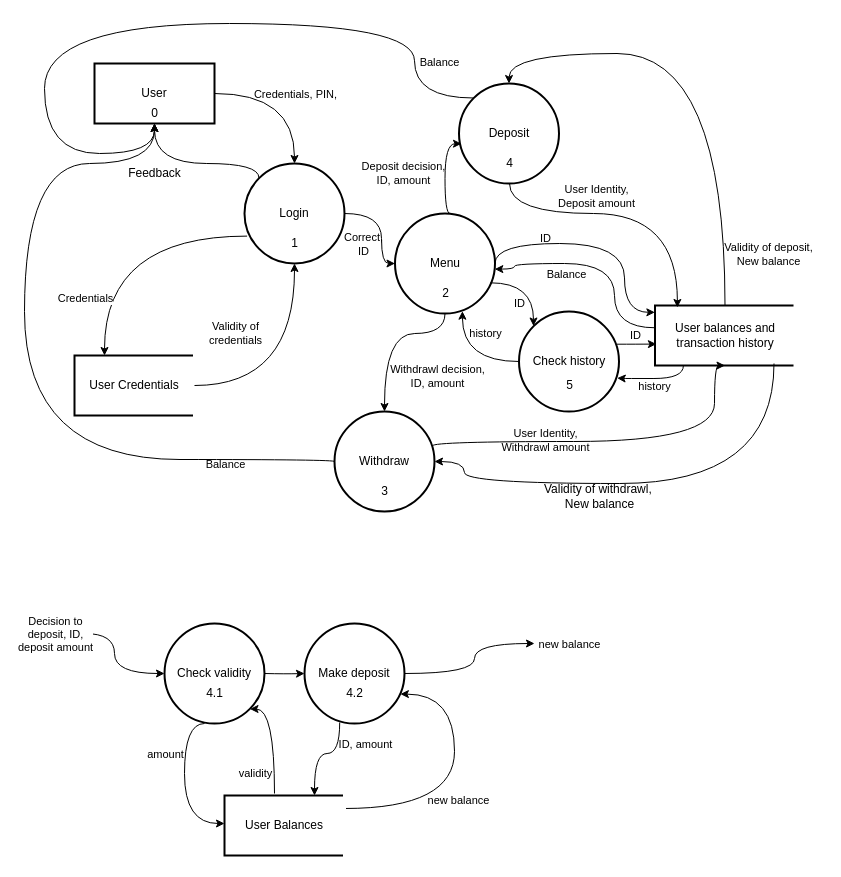
Above: page "Data-Flow Diagram" (1 of 2) of Data Flow Diagram.drawio in Vedvod/Great-Bank (draw.io), before the change. Source tidied: cells renumbered, new cells numbered last; positions are measured from the earlier drawing's top-left corner, leaving out a move shared by most shapes. Both pictures are drawn from the tidied source at 100%, with x=0, y=0 at pixel (24, 23).
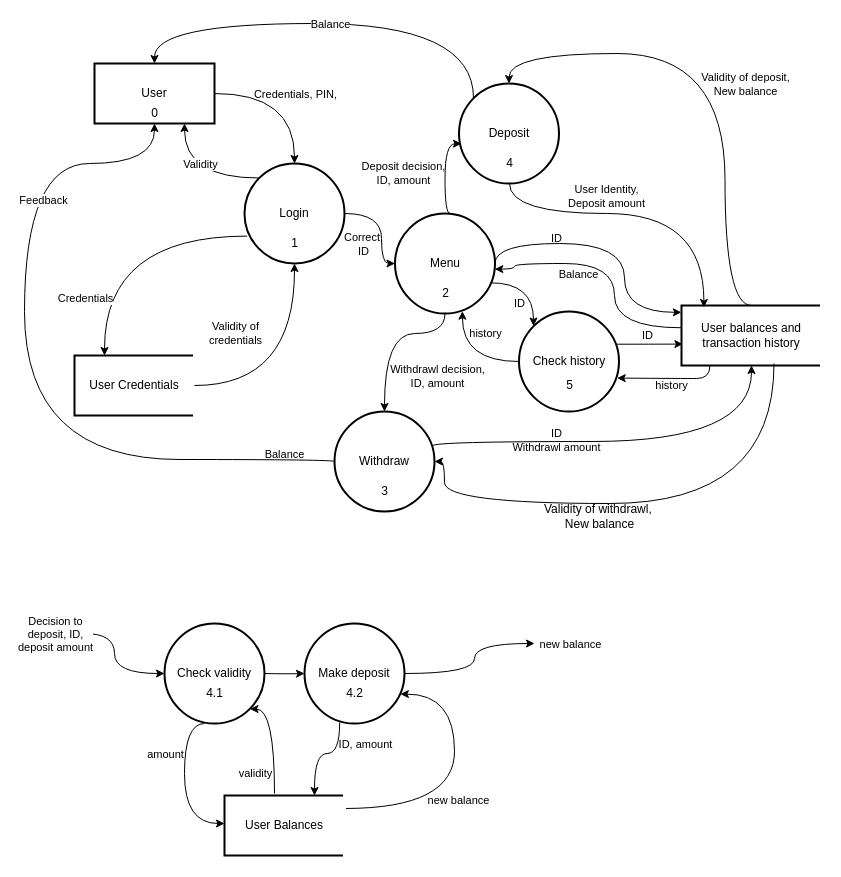
The same diagram, later.

The change refers to these unchanged cells:
```xml
<mxCell id="6" value="User balances and transaction history" style="rounded=0;whiteSpace=wrap;html=1;strokeWidth=2;" parent="5" vertex="1">
  <mxGeometry y="2" width="140" height="60" as="geometry" />
</mxCell>
<mxCell id="8" value="User" style="rounded=0;whiteSpace=wrap;html=1;strokeWidth=2;" parent="1" vertex="1">
  <mxGeometry x="70" y="40" width="120" height="60" as="geometry" />
</mxCell>
<mxCell id="11" style="curved=1;endArrow=none;html=1;fontSize=6;edgeStyle=orthogonalEdgeStyle;exitX=0.5;exitY=1;exitDx=0;exitDy=0;entryX=0;entryY=0.5;entryDx=0;entryDy=0;entryPerimeter=0;startArrow=classic;startFill=1;endFill=0;" parent="1" edge="1" source="8" target="27">
  <mxGeometry relative="1" as="geometry">
    <Array as="points">
      <mxPoint x="130" y="140" />
      <mxPoint y="140" />
      <mxPoint y="436" />
      <mxPoint x="311" y="436" />
    </Array>
  </mxGeometry>
</mxCell>
<mxCell id="21" value="Login" style="strokeWidth=2;html=1;shape=mxgraph.flowchart.start_2;whiteSpace=wrap;" parent="1" vertex="1">
  <mxGeometry x="220" y="140" width="100" height="100" as="geometry" />
</mxCell>
<mxCell id="24" value="Deposit" style="strokeWidth=2;html=1;shape=mxgraph.flowchart.start_2;whiteSpace=wrap;" parent="1" vertex="1">
  <mxGeometry x="434.5" y="60" width="100" height="100" as="geometry" />
</mxCell>
<mxCell id="27" value="Withdraw" style="strokeWidth=2;html=1;shape=mxgraph.flowchart.start_2;whiteSpace=wrap;" parent="1" vertex="1">
  <mxGeometry x="310" y="388" width="100" height="100" as="geometry" />
</mxCell>
<mxCell id="76" style="curved=1;endArrow=classic;html=1;fontSize=6;edgeStyle=orthogonalEdgeStyle;exitX=1;exitY=0.5;exitDx=0;exitDy=0;exitPerimeter=0;" parent="1" edge="1" source="52">
  <mxGeometry relative="1" as="geometry">
    <mxPoint x="510" y="620" as="targetPoint" />
    <Array as="points">
      <mxPoint x="450" y="650" />
      <mxPoint x="450" y="620" />
    </Array>
  </mxGeometry>
</mxCell>
```

What changed in the source:
```diff
@@
     <mxCell id="5" style="group;" parent="1" vertex="1">
-      <mxGeometry x="630.5" y="280" width="140" height="64" as="geometry" />
+      <mxGeometry x="657" y="280" width="140" height="64" as="geometry" />
     </mxCell>
@@
-    <mxCell id="12" value="Feedback" style="text;html=1;align=center;verticalAlign=middle;rotation=0;" parent="1" vertex="1">
-      <mxGeometry x="95" y="140" width="70" height="20" as="geometry" />
+    <mxCell id="12" value="Feedback" style="edgeLabel;html=1;align=center;verticalAlign=middle;" parent="11" vertex="1">
+      <mxGeometry x="-0.47" y="18" relative="1" as="geometry" />
     </mxCell>
@@
     <mxCell id="19" style="curved=1;endArrow=none;html=1;fontSize=6;edgeStyle=orthogonalEdgeStyle;exitX=0.16;exitY=0.033;exitDx=0;exitDy=0;startArrow=classic;startFill=1;endFill=0;exitPerimeter=0;" parent="1" edge="1" source="6" target="24">
       <mxGeometry relative="1" as="geometry">
         <Array as="points">
-          <mxPoint x="653" y="190" />
+          <mxPoint x="679" y="190" />
           <mxPoint x="485" y="190" />
         </Array>
       </mxGeometry>
     </mxCell>
     <mxCell id="20" value="Validity of deposit,&lt;br&gt;New balance" style="edgeLabel;html=1;align=center;verticalAlign=middle;labelBackgroundColor=none;" parent="19" vertex="1">
       <mxGeometry x="0.1" y="2" relative="1" as="geometry">
-        <mxPoint x="158.1" y="38" as="offset" />
+        <mxPoint x="122" y="-132" as="offset" />
       </mxGeometry>
     </mxCell>
+    <mxCell id="42" style="edgeStyle=orthogonalEdgeStyle;rounded=0;jettySize=auto;html=1;exitX=0.145;exitY=0.145;exitDx=0;exitDy=0;exitPerimeter=0;entryX=0.75;entryY=1;entryDx=0;entryDy=0;curved=1;" parent="1" edge="1" source="21" target="8">
+      <mxGeometry relative="1" as="geometry" />
+    </mxCell>
+    <mxCell id="78" value="Validity" style="edgeLabel;html=1;align=center;verticalAlign=middle;" parent="42" vertex="1">
+      <mxGeometry x="0.38" y="-13" relative="1" as="geometry">
+        <mxPoint x="2" as="offset" />
+      </mxGeometry>
+    </mxCell>
@@
     <mxCell id="32" style="curved=1;endArrow=classic;html=1;fontSize=6;edgeStyle=orthogonalEdgeStyle;entryX=0.5;entryY=1;entryDx=0;entryDy=0;exitX=0.981;exitY=0.343;exitDx=0;exitDy=0;exitPerimeter=0;" parent="1" edge="1" source="27" target="6">
       <mxGeometry relative="1" as="geometry">
         <Array as="points">
           <mxPoint x="408" y="418" />
-          <mxPoint x="690" y="418" />
-          <mxPoint x="690" y="342" />
+          <mxPoint x="727" y="418" />
         </Array>
       </mxGeometry>
     </mxCell>
-    <mxCell id="33" value="User Identity,&lt;br&gt;Withdrawl amount" style="edgeLabel;html=1;align=center;verticalAlign=middle;labelBackgroundColor=none;" parent="32" vertex="1">
+    <mxCell id="33" value="ID&lt;br&gt;Withdrawl amount" style="edgeLabel;html=1;align=center;verticalAlign=middle;labelBackgroundColor=none;" parent="32" vertex="1">
       <mxGeometry x="-0.13" y="2" relative="1" as="geometry">
-        <mxPoint x="-45.7" as="offset" />
+        <mxPoint x="-46" as="offset" />
       </mxGeometry>
     </mxCell>
     <mxCell id="34" style="curved=1;endArrow=classic;html=1;fontSize=6;edgeStyle=orthogonalEdgeStyle;entryX=1;entryY=0.5;entryDx=0;entryDy=0;entryPerimeter=0;" parent="1" edge="1" target="27">
       <mxGeometry relative="1" as="geometry">
         <mxPoint x="749.5" y="340" as="sourcePoint" />
         <Array as="points">
-          <mxPoint x="750" y="460" />
-          <mxPoint x="440" y="460" />
-          <mxPoint x="440" y="438" />
+          <mxPoint x="750" y="480" />
+          <mxPoint x="420" y="480" />
+          <mxPoint x="420" y="438" />
         </Array>
       </mxGeometry>
     </mxCell>
-    <mxCell id="35" style="curved=1;endArrow=classic;html=1;fontSize=6;edgeStyle=orthogonalEdgeStyle;entryX=0.5;entryY=1;entryDx=0;entryDy=0;exitX=0.145;exitY=0.145;exitDx=0;exitDy=0;exitPerimeter=0;" parent="1" edge="1" source="24" target="8">
+    <mxCell id="35" style="curved=1;endArrow=classic;html=1;fontSize=6;edgeStyle=orthogonalEdgeStyle;exitX=0.145;exitY=0.145;exitDx=0;exitDy=0;exitPerimeter=0;entryX=0.5;entryY=0;entryDx=0;entryDy=0;" parent="1" edge="1" source="24" target="8">
       <mxGeometry relative="1" as="geometry">
         <Array as="points">
-          <mxPoint x="390" y="75" />
-          <mxPoint x="390" />
-          <mxPoint x="20" />
-          <mxPoint x="20" y="130" />
-          <mxPoint x="130" y="130" />
+          <mxPoint x="449" />
+          <mxPoint x="130" />
         </Array>
       </mxGeometry>
     </mxCell>
@@
-    <mxCell id="37" value="Balance" style="edgeLabel;html=1;align=center;verticalAlign=middle;labelBackgroundColor=none;" parent="35" vertex="1">
-      <mxGeometry x="-0.7" y="17" relative="1" as="geometry">
-        <mxPoint x="41" y="20.5" as="offset" />
+    <mxCell id="37" value="Balance" style="edgeLabel;html=1;align=center;verticalAlign=middle;" parent="35" vertex="1">
+      <mxGeometry x="0.01" relative="1" as="geometry">
+        <mxPoint x="1" as="offset" />
       </mxGeometry>
     </mxCell>
@@
     <mxCell id="41" value="Validity of withdrawl,&amp;nbsp;&lt;br&gt;New balance" style="text;html=1;align=center;verticalAlign=middle;" parent="1" vertex="1">
-      <mxGeometry x="510" y="458" width="130" height="30" as="geometry" />
+      <mxGeometry x="510" y="478" width="130" height="30" as="geometry" />
     </mxCell>
-    <mxCell id="42" style="curved=1;endArrow=classic;html=1;fontSize=6;edgeStyle=orthogonalEdgeStyle;exitX=0.145;exitY=0.145;exitDx=0;exitDy=0;exitPerimeter=0;entryX=0.5;entryY=1;entryDx=0;entryDy=0;" parent="1" edge="1" source="21" target="8">
-      <mxGeometry relative="1" as="geometry">
-        <Array as="points">
-          <mxPoint x="235" y="140" />
-          <mxPoint x="130" y="140" />
-        </Array>
-      </mxGeometry>
-    </mxCell>
@@
     <mxCell id="77" value="new balance" style="edgeLabel;html=1;align=center;verticalAlign=middle;labelBackgroundColor=none;" parent="76" vertex="1">
       <mxGeometry x="-0.11" y="2" relative="1" as="geometry">
-        <mxPoint x="96.5" y="-28.3" as="offset" />
+        <mxPoint x="97" y="-29" as="offset" />
       </mxGeometry>
     </mxCell>
```
